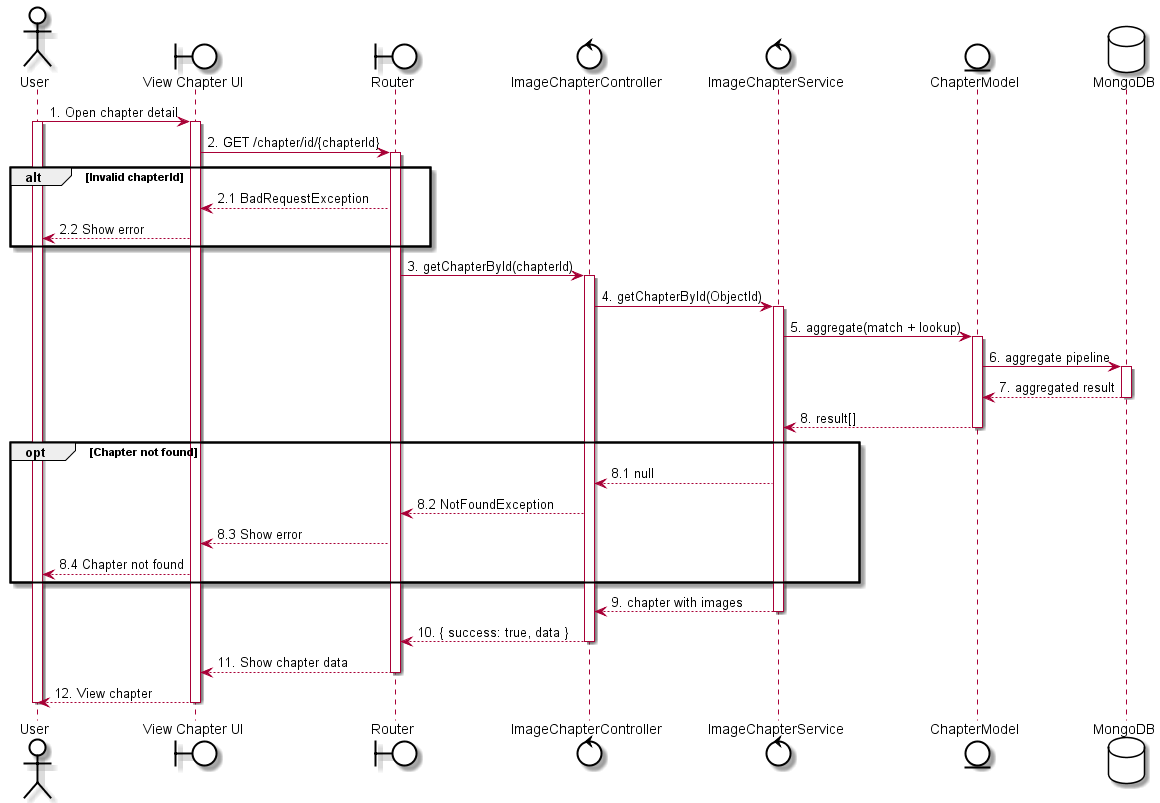
LGK1412/sequence_sep490_01 keeps this PlantUML diagram as out/uc62 - View Image Chapter/uc62 - View Image Chapter.png. Above is the earlier version.
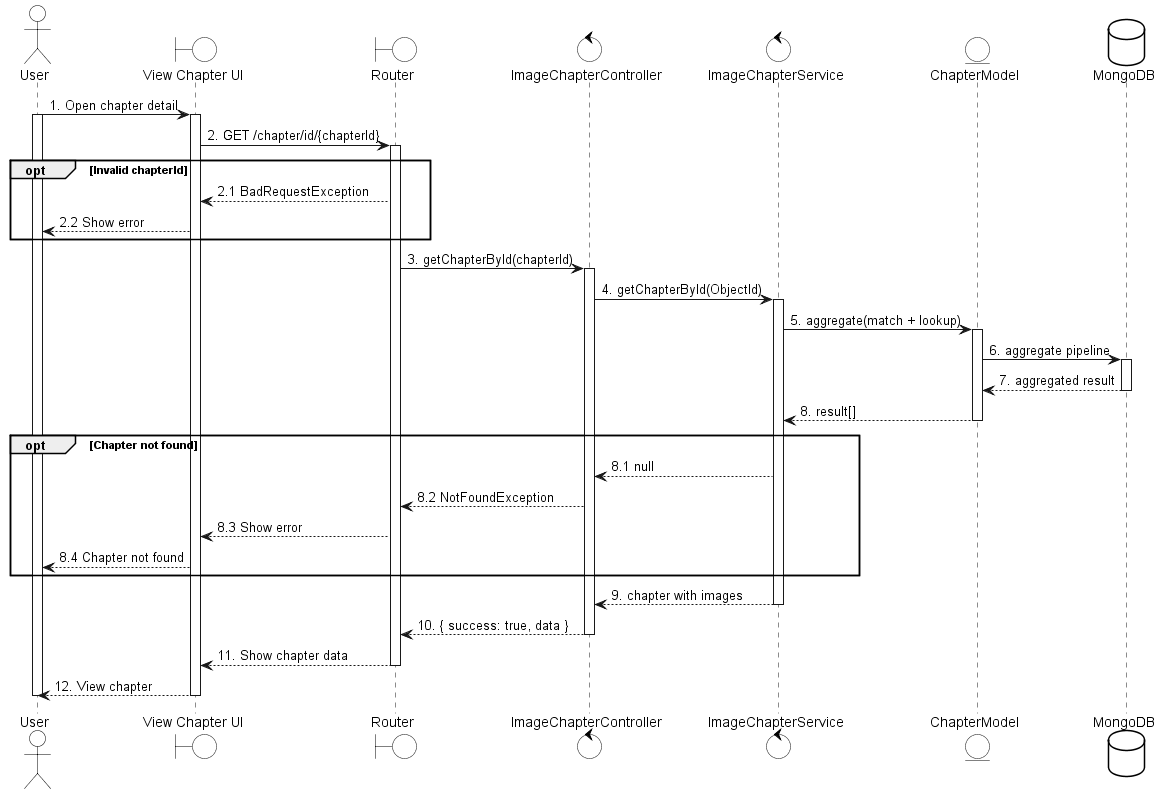
Later version of the same file.

Change to the diagram source:
```diff
@@ -28,7 +28,7 @@
 UI -> Router: 2. GET /chapter/id/{chapterId}
 activate Router
 
-alt Invalid chapterId
+opt Invalid chapterId
     Router --> UI: 2.1 BadRequestException
     UI --> User: 2.2 Show error
 end
```
